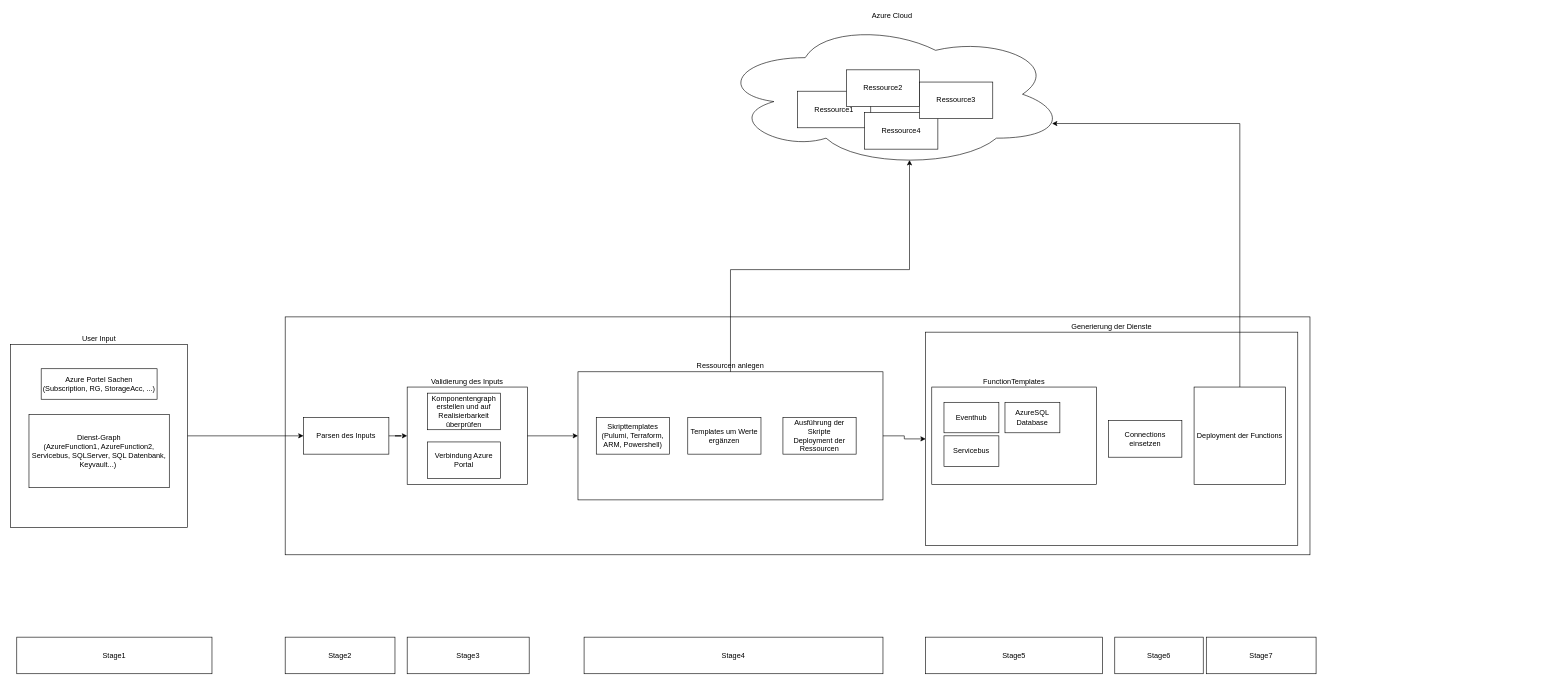
Above: specification/Overview.drawio in RichardWerner173134/AzureLaunch (draw.io), before the change. Source tidied: cells renumbered, new cells numbered last; positions are measured from the earlier drawing's top-left corner, leaving out a move shared by most shapes. Both pictures are drawn from the tidied source at 61%, with x=0, y=0 at pixel (10, 21).
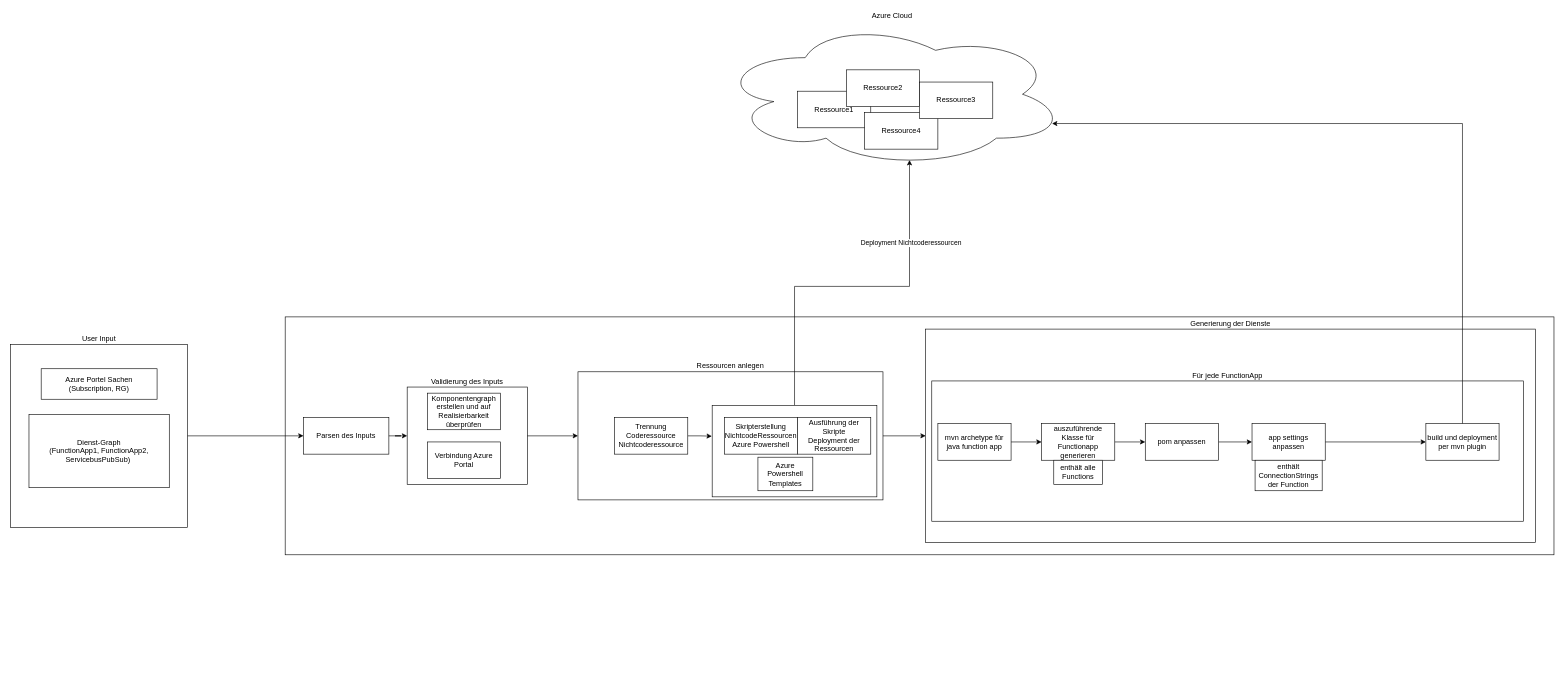
After the change.

The change refers to these unchanged cells:
```xml
<mxCell id="27" value="Azure Cloud" style="ellipse;shape=cloud;whiteSpace=wrap;html=1;fillColor=none;align=center;labelPosition=center;verticalLabelPosition=top;verticalAlign=bottom;" parent="1" vertex="1">
  <mxGeometry x="1160" width="570" height="240" as="geometry" />
</mxCell>
```

The edit, as a diff of the source:
```diff
@@
+    <mxCell id="4" style="rounded=0;whiteSpace=wrap;html=1;fillColor=none;" parent="1" vertex="1">
+      <mxGeometry x="450" y="485" width="2080" height="390" as="geometry" />
+    </mxCell>
+    <mxCell id="19" value="Generierung der Dienste" style="rounded=0;whiteSpace=wrap;html=1;fillColor=none;align=center;labelPosition=center;verticalLabelPosition=top;verticalAlign=bottom;" parent="1" vertex="1">
+      <mxGeometry x="1500" y="505" width="1000" height="350" as="geometry" />
+    </mxCell>
+    <mxCell id="39" value="Für jede FunctionApp" style="rounded=0;whiteSpace=wrap;html=1;labelPosition=center;verticalLabelPosition=top;align=center;verticalAlign=bottom;" parent="1" vertex="1">
+      <mxGeometry x="1510" y="590" width="970" height="230" as="geometry" />
+    </mxCell>
+    <mxCell id="15" value="Ressourcen anlegen" style="rounded=0;whiteSpace=wrap;html=1;fillColor=none;align=center;labelPosition=center;verticalLabelPosition=top;verticalAlign=bottom;" parent="1" vertex="1">
+      <mxGeometry x="930" y="575" width="500" height="210" as="geometry" />
+    </mxCell>
+    <mxCell id="40" style="edgeStyle=orthogonalEdgeStyle;rounded=0;jettySize=auto;html=1;entryX=0.55;entryY=0.95;entryDx=0;entryDy=0;entryPerimeter=0;" parent="1" edge="1" source="42" target="27">
+      <mxGeometry relative="1" as="geometry" />
+    </mxCell>
+    <mxCell id="41" value="Deployment Nichtcoderessourcen" style="edgeLabel;html=1;align=center;verticalAlign=middle;" parent="40" vertex="1">
+      <mxGeometry x="0.54" y="-2" relative="1" as="geometry" />
+    </mxCell>
+    <mxCell id="42" style="rounded=0;whiteSpace=wrap;html=1;" parent="1" vertex="1">
+      <mxGeometry x="1150" y="630" width="270" height="150" as="geometry" />
+    </mxCell>
@@
-    <mxCell id="4" style="rounded=0;whiteSpace=wrap;html=1;fillColor=none;" parent="1" vertex="1">
-      <mxGeometry x="450" y="485" width="1680" height="390" as="geometry" />
-    </mxCell>
-    <mxCell id="5" value="Azure Portel Sachen&lt;br&gt;(Subscription, RG, StorageAcc, ...)" style="rounded=0;whiteSpace=wrap;html=1;fillColor=none;align=center;" parent="1" vertex="1">
+    <mxCell id="5" value="Azure Portel Sachen&lt;br&gt;(Subscription, RG)" style="rounded=0;whiteSpace=wrap;html=1;fillColor=none;align=center;" parent="1" vertex="1">
       <mxGeometry x="50" y="570" width="190" height="50" as="geometry" />
     </mxCell>
-    <mxCell id="6" value="Dienst-Graph&lt;br&gt;(AzureFunction1, AzureFunction2, Servicebus, SQLServer, SQL Datenbank, Keyvault...)&amp;nbsp;" style="rounded=0;whiteSpace=wrap;html=1;fillColor=none;align=center;" parent="1" vertex="1">
+    <mxCell id="6" value="Dienst-Graph&lt;br&gt;(FunctionApp1, FunctionApp2, ServicebusPubSub)&amp;nbsp;" style="rounded=0;whiteSpace=wrap;html=1;fillColor=none;align=center;" parent="1" vertex="1">
       <mxGeometry x="30" y="645" width="230" height="120" as="geometry" />
     </mxCell>
@@
-    <mxCell id="14" style="edgeStyle=orthogonalEdgeStyle;rounded=0;jettySize=auto;html=1;entryX=0.55;entryY=0.95;entryDx=0;entryDy=0;entryPerimeter=0;" parent="1" edge="1" source="15" target="27">
-      <mxGeometry relative="1" as="geometry" />
-    </mxCell>
-    <mxCell id="15" value="Ressourcen anlegen" style="rounded=0;whiteSpace=wrap;html=1;fillColor=none;align=center;labelPosition=center;verticalLabelPosition=top;verticalAlign=bottom;" parent="1" vertex="1">
-      <mxGeometry x="930" y="575" width="500" height="210" as="geometry" />
-    </mxCell>
-    <mxCell id="16" value="Skripttemplates&lt;br&gt;(Pulumi, Terraform, ARM, Powershell)" style="rounded=0;whiteSpace=wrap;html=1;fillColor=none;align=center;" parent="1" vertex="1">
-      <mxGeometry x="960" y="650" width="120" height="60" as="geometry" />
+    <mxCell id="16" value="Azure Powershell Templates" style="rounded=0;whiteSpace=wrap;html=1;fillColor=none;align=center;" parent="1" vertex="1">
+      <mxGeometry x="1225" y="715" width="90" height="55" as="geometry" />
     </mxCell>
-    <mxCell id="17" value="Templates um Werte ergänzen" style="rounded=0;whiteSpace=wrap;html=1;fillColor=none;align=center;" parent="1" vertex="1">
-      <mxGeometry x="1110" y="650" width="120" height="60" as="geometry" />
-    </mxCell>
     <mxCell id="18" value="Ausführung der Skripte&lt;br&gt;Deployment der Ressourcen" style="rounded=0;whiteSpace=wrap;html=1;fillColor=none;align=center;" parent="1" vertex="1">
-      <mxGeometry x="1266" y="650" width="120" height="60" as="geometry" />
+      <mxGeometry x="1290" y="650" width="120" height="60" as="geometry" />
     </mxCell>
-    <mxCell id="19" value="Generierung der Dienste" style="rounded=0;whiteSpace=wrap;html=1;fillColor=none;align=center;labelPosition=center;verticalLabelPosition=top;verticalAlign=bottom;" parent="1" vertex="1">
-      <mxGeometry x="1500" y="510" width="610" height="350" as="geometry" />
-    </mxCell>
-    <mxCell id="20" value="Connections einsetzen" style="rounded=0;whiteSpace=wrap;html=1;fillColor=none;align=center;" parent="1" vertex="1">
-      <mxGeometry x="1800" y="655" width="120" height="60" as="geometry" />
-    </mxCell>
-    <mxCell id="21" style="edgeStyle=orthogonalEdgeStyle;rounded=0;jettySize=auto;html=1;entryX=0.96;entryY=0.7;entryDx=0;entryDy=0;entryPerimeter=0;" parent="1" edge="1" source="22" target="27">
-      <mxGeometry relative="1" as="geometry">
-        <Array as="points">
-          <mxPoint x="2015" y="168" />
-        </Array>
-      </mxGeometry>
-    </mxCell>
-    <mxCell id="22" value="Deployment der Functions" style="rounded=0;whiteSpace=wrap;html=1;fillColor=none;align=center;" parent="1" vertex="1">
-      <mxGeometry x="1940" y="600" width="150" height="160" as="geometry" />
-    </mxCell>
-    <mxCell id="23" value="FunctionTemplates" style="rounded=0;whiteSpace=wrap;html=1;fillColor=none;align=center;labelPosition=center;verticalLabelPosition=top;verticalAlign=bottom;" parent="1" vertex="1">
-      <mxGeometry x="1510" y="600" width="270" height="160" as="geometry" />
-    </mxCell>
-    <mxCell id="24" value="Eventhub" style="rounded=0;whiteSpace=wrap;html=1;fillColor=none;align=center;" parent="1" vertex="1">
-      <mxGeometry x="1530" y="625" width="90" height="50" as="geometry" />
-    </mxCell>
-    <mxCell id="25" value="Servicebus" style="rounded=0;whiteSpace=wrap;html=1;fillColor=none;align=center;" parent="1" vertex="1">
-      <mxGeometry x="1530" y="680" width="90" height="50" as="geometry" />
-    </mxCell>
-    <mxCell id="26" value="AzureSQL Database" style="rounded=0;whiteSpace=wrap;html=1;fillColor=none;align=center;" parent="1" vertex="1">
-      <mxGeometry x="1630" y="625" width="90" height="50" as="geometry" />
-    </mxCell>
@@
-    <mxCell id="28" value="Stage1" style="rounded=0;whiteSpace=wrap;html=1;fillColor=none;align=center;" parent="1" vertex="1">
-      <mxGeometry x="10" y="1010" width="320" height="60" as="geometry" />
-    </mxCell>
-    <mxCell id="29" value="Stage2" style="rounded=0;whiteSpace=wrap;html=1;fillColor=none;align=center;" parent="1" vertex="1">
-      <mxGeometry x="450" y="1010" width="180" height="60" as="geometry" />
-    </mxCell>
-    <mxCell id="30" value="Stage3" style="rounded=0;whiteSpace=wrap;html=1;fillColor=none;align=center;" parent="1" vertex="1">
-      <mxGeometry x="650" y="1010" width="200" height="60" as="geometry" />
-    </mxCell>
-    <mxCell id="31" value="Stage4" style="rounded=0;whiteSpace=wrap;html=1;fillColor=none;align=center;" parent="1" vertex="1">
-      <mxGeometry x="940" y="1010" width="490" height="60" as="geometry" />
-    </mxCell>
-    <mxCell id="32" value="Stage5" style="rounded=0;whiteSpace=wrap;html=1;fillColor=none;align=center;" parent="1" vertex="1">
-      <mxGeometry x="1500" y="1010" width="290" height="60" as="geometry" />
-    </mxCell>
-    <mxCell id="33" value="Stage7" style="rounded=0;whiteSpace=wrap;html=1;fillColor=none;align=center;" parent="1" vertex="1">
-      <mxGeometry x="1960" y="1010" width="180" height="60" as="geometry" />
-    </mxCell>
-    <mxCell id="34" value="Stage6" style="rounded=0;whiteSpace=wrap;html=1;fillColor=none;align=center;" parent="1" vertex="1">
-      <mxGeometry x="1810" y="1010" width="145" height="60" as="geometry" />
-    </mxCell>
@@
+    <mxCell id="43" style="edgeStyle=orthogonalEdgeStyle;rounded=0;jettySize=auto;html=1;entryX=-0.002;entryY=0.337;entryDx=0;entryDy=0;entryPerimeter=0;" parent="1" edge="1" source="44" target="42">
+      <mxGeometry relative="1" as="geometry" />
+    </mxCell>
+    <mxCell id="44" value="Trennung&lt;br&gt;Coderessource&lt;br&gt;Nichtcoderessource" style="rounded=0;whiteSpace=wrap;html=1;" parent="1" vertex="1">
+      <mxGeometry x="990" y="650" width="120" height="60" as="geometry" />
+    </mxCell>
+    <mxCell id="45" value="Skripterstellung NichtcodeRessourcen&lt;br&gt;Azure Powershell" style="rounded=0;whiteSpace=wrap;html=1;" parent="1" vertex="1">
+      <mxGeometry x="1170" y="650" width="120" height="60" as="geometry" />
+    </mxCell>
+    <mxCell id="46" style="edgeStyle=orthogonalEdgeStyle;rounded=0;jettySize=auto;html=1;" parent="1" edge="1" source="47" target="49">
+      <mxGeometry relative="1" as="geometry" />
+    </mxCell>
+    <mxCell id="47" value="pom anpassen" style="rounded=0;whiteSpace=wrap;html=1;" parent="1" vertex="1">
+      <mxGeometry x="1860" y="660" width="120" height="60" as="geometry" />
+    </mxCell>
+    <mxCell id="48" style="edgeStyle=orthogonalEdgeStyle;rounded=0;jettySize=auto;html=1;entryX=0;entryY=0.5;entryDx=0;entryDy=0;" parent="1" edge="1" source="49" target="53">
+      <mxGeometry relative="1" as="geometry" />
+    </mxCell>
+    <mxCell id="49" value="app settings anpassen" style="rounded=0;whiteSpace=wrap;html=1;" parent="1" vertex="1">
+      <mxGeometry x="2035" y="660" width="120" height="60" as="geometry" />
+    </mxCell>
+    <mxCell id="50" style="edgeStyle=orthogonalEdgeStyle;rounded=0;jettySize=auto;html=1;entryX=0;entryY=0.5;entryDx=0;entryDy=0;" parent="1" edge="1" source="51" target="55">
+      <mxGeometry relative="1" as="geometry" />
+    </mxCell>
+    <mxCell id="51" value="mvn archetype für java function app" style="rounded=0;whiteSpace=wrap;html=1;" parent="1" vertex="1">
+      <mxGeometry x="1520" y="660" width="120" height="60" as="geometry" />
+    </mxCell>
+    <mxCell id="52" style="edgeStyle=orthogonalEdgeStyle;rounded=0;jettySize=auto;html=1;entryX=0.96;entryY=0.7;entryDx=0;entryDy=0;entryPerimeter=0;exitX=0.5;exitY=0;exitDx=0;exitDy=0;" parent="1" edge="1" source="53" target="27">
+      <mxGeometry relative="1" as="geometry">
+        <Array as="points">
+          <mxPoint x="2380" y="168" />
+        </Array>
+      </mxGeometry>
+    </mxCell>
+    <mxCell id="53" value="build und deployment per mvn plugin" style="rounded=0;whiteSpace=wrap;html=1;" parent="1" vertex="1">
+      <mxGeometry x="2320" y="660" width="120" height="60" as="geometry" />
+    </mxCell>
+    <mxCell id="54" style="edgeStyle=orthogonalEdgeStyle;rounded=0;jettySize=auto;html=1;entryX=0;entryY=0.5;entryDx=0;entryDy=0;" parent="1" edge="1" source="55" target="47">
+      <mxGeometry relative="1" as="geometry" />
+    </mxCell>
+    <mxCell id="55" value="auszuführende Klasse für Functionapp generieren" style="rounded=0;whiteSpace=wrap;html=1;" parent="1" vertex="1">
+      <mxGeometry x="1690" y="660" width="120" height="60" as="geometry" />
+    </mxCell>
+    <mxCell id="56" value="enthält alle Functions" style="rounded=0;whiteSpace=wrap;html=1;" parent="1" vertex="1">
+      <mxGeometry x="1710" y="720" width="80" height="40" as="geometry" />
+    </mxCell>
+    <mxCell id="57" value="enthält ConnectionStrings der Function" style="rounded=0;whiteSpace=wrap;html=1;" parent="1" vertex="1">
+      <mxGeometry x="2040" y="720" width="110" height="50" as="geometry" />
+    </mxCell>
```
